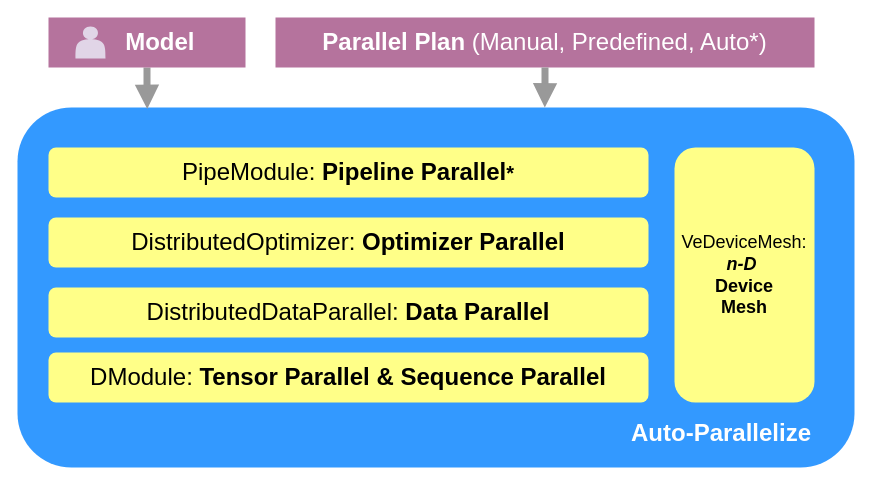
Earlier version of the draw.io diagram docs/public/source/parallel5d.drawio (volcengine/veScaleWeb). Source tidied: cells renumbered, new cells numbered last; positions are measured from the earlier drawing's top-left corner, leaving out a move shared by most shapes. Both pictures are drawn from the tidied source at 100%, with x=0, y=0 at pixel (17, 17).
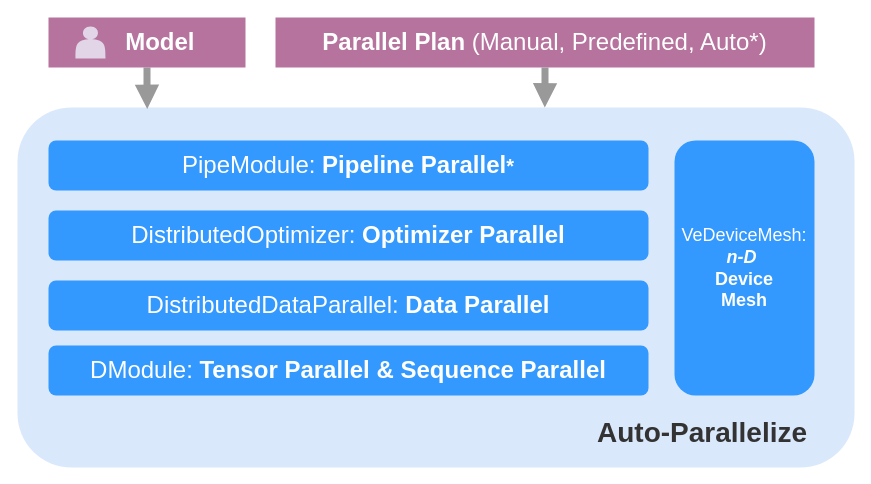
Above is the later version.

The edit, as a diff of the source:
```diff
@@
 <mxGraphModel>
   <root>
     <mxCell id="0" />
     <mxCell id="1" parent="0" />
-    <mxCell id="2" style="rounded=1;whiteSpace=wrap;html=1;fillColor=#3399FF;strokeWidth=4;strokeColor=none;" parent="1" vertex="1">
+    <mxCell id="2" style="rounded=1;whiteSpace=wrap;html=1;fillColor=#dae8fc;strokeWidth=4;strokeColor=none;" parent="1" vertex="1">
       <mxGeometry y="90" width="837" height="360" as="geometry" />
     </mxCell>
-    <mxCell id="3" value="PipeModule:&lt;b&gt;&amp;nbsp;Pipeline Parallel&lt;/b&gt;&lt;span style=&quot;font-size: 20px;&quot;&gt;&lt;b&gt;*&lt;/b&gt;&lt;/span&gt;" style="rounded=1;whiteSpace=wrap;html=1;fontSize=24;fillColor=#ffff88;strokeColor=none;verticalAlign=middle;" parent="1" vertex="1">
-      <mxGeometry x="31" y="130" width="600" height="50" as="geometry" />
+    <mxCell id="3" value="PipeModule:&lt;b&gt;&amp;nbsp;Pipeline Parallel&lt;/b&gt;&lt;span style=&quot;font-size: 20px;&quot;&gt;&lt;b&gt;*&lt;/b&gt;&lt;/span&gt;" style="rounded=1;whiteSpace=wrap;html=1;fontSize=24;fillColor=#3399ff;strokeColor=none;verticalAlign=middle;fontColor=#FFFFFF;" parent="1" vertex="1">
+      <mxGeometry x="31" y="123" width="600" height="50" as="geometry" />
     </mxCell>
-    <mxCell id="4" value="DistributedDataParallel: &lt;b&gt;Data Parallel&lt;/b&gt;" style="rounded=1;whiteSpace=wrap;html=1;fontSize=24;fillColor=#ffff88;strokeColor=none;verticalAlign=middle;" parent="1" vertex="1">
-      <mxGeometry x="31" y="270" width="600" height="50" as="geometry" />
+    <mxCell id="4" value="DistributedDataParallel: &lt;b&gt;Data Parallel&lt;/b&gt;" style="rounded=1;whiteSpace=wrap;html=1;fontSize=24;fillColor=#3399ff;strokeColor=none;verticalAlign=middle;fontColor=#FFFFFF;" parent="1" vertex="1">
+      <mxGeometry x="31" y="263" width="600" height="50" as="geometry" />
     </mxCell>
-    <mxCell id="5" value="DModule: &lt;b&gt;Tensor Parallel &amp;amp; Sequence Parallel&lt;/b&gt;" style="rounded=1;whiteSpace=wrap;html=1;fontSize=24;fillColor=#ffff88;strokeColor=none;verticalAlign=middle;" parent="1" vertex="1">
-      <mxGeometry x="31" y="335" width="600" height="50" as="geometry" />
+    <mxCell id="5" value="DModule: &lt;b&gt;Tensor Parallel &amp;amp; Sequence Parallel&lt;/b&gt;" style="rounded=1;whiteSpace=wrap;html=1;fontSize=24;fillColor=#3399ff;strokeColor=none;verticalAlign=middle;fontColor=#FFFFFF;" parent="1" vertex="1">
+      <mxGeometry x="31" y="328" width="600" height="50" as="geometry" />
     </mxCell>
-    <mxCell id="6" value="DistributedOptimizer: &lt;b&gt;Optimizer Parallel&lt;/b&gt;" style="rounded=1;whiteSpace=wrap;html=1;fontSize=24;fillColor=#ffff88;strokeColor=none;verticalAlign=middle;" parent="1" vertex="1">
-      <mxGeometry x="31" y="200" width="600" height="50" as="geometry" />
+    <mxCell id="6" value="DistributedOptimizer: &lt;b&gt;Optimizer Parallel&lt;/b&gt;" style="rounded=1;whiteSpace=wrap;html=1;fontSize=24;fillColor=#3399ff;strokeColor=none;verticalAlign=middle;fontColor=#FFFFFF;" parent="1" vertex="1">
+      <mxGeometry x="31" y="193" width="600" height="50" as="geometry" />
     </mxCell>
-    <mxCell id="7" value="&lt;span style=&quot;font-size: 18px;&quot;&gt;VeDeviceMesh:&lt;br&gt;&lt;b&gt;&lt;i&gt;n-D&lt;/i&gt;&amp;nbsp;&lt;br&gt;Device &lt;br&gt;Mesh&lt;/b&gt;&lt;br&gt;&lt;/span&gt;" style="rounded=1;whiteSpace=wrap;html=1;fontSize=18;fillColor=#ffff88;strokeColor=none;verticalAlign=middle;rotation=0;direction=west;fontStyle=0;" parent="1" vertex="1">
-      <mxGeometry x="657" y="130" width="140" height="255" as="geometry" />
+    <mxCell id="7" value="&lt;span style=&quot;font-size: 18px;&quot;&gt;VeDeviceMesh:&lt;br&gt;&lt;b&gt;&lt;i&gt;n-D&lt;/i&gt;&amp;nbsp;&lt;br&gt;Device &lt;br&gt;Mesh&lt;/b&gt;&lt;br&gt;&lt;/span&gt;" style="rounded=1;whiteSpace=wrap;html=1;fontSize=18;fillColor=#3399ff;strokeColor=none;verticalAlign=middle;rotation=0;direction=west;fontStyle=0;fontColor=#FFFFFF;" parent="1" vertex="1">
+      <mxGeometry x="657" y="123" width="140" height="255" as="geometry" />
     </mxCell>
     <mxCell id="8" style="edgeStyle=orthogonalEdgeStyle;rounded=0;jettySize=auto;html=1;fillColor=#f5f5f5;strokeColor=#999999;endArrow=block;endFill=1;strokeWidth=7;exitX=0.5;exitY=1;exitDx=0;exitDy=0;endSize=6;entryX=0.155;entryY=0.004;entryDx=0;entryDy=0;entryPerimeter=0;" parent="1" edge="1" source="9" target="2">
       <mxGeometry relative="1" as="geometry" />
     </mxCell>
     <mxCell id="9" value="&amp;nbsp; &amp;nbsp; Model" style="rounded=0;whiteSpace=wrap;html=1;fillColor=#B5739D;strokeColor=none;labelBackgroundColor=none;fontColor=#FFFFFF;fontSize=24;fontStyle=1;" parent="1" vertex="1">
       <mxGeometry x="31" width="197" height="50" as="geometry" />
     </mxCell>
     <mxCell id="10" value="Parallel Plan &lt;span style=&quot;font-weight: normal;&quot;&gt;(Manual, Predefined, Auto*)&lt;/span&gt;" style="rounded=0;whiteSpace=wrap;html=1;fillColor=#B5739D;strokeColor=none;labelBackgroundColor=none;fontColor=#FFFFFF;fontSize=24;fontStyle=1;" parent="1" vertex="1">
       <mxGeometry x="258" width="539" height="50" as="geometry" />
     </mxCell>
-    <mxCell id="11" value="&lt;b style=&quot;border-color: var(--border-color); color: rgb(255, 255, 255); font-family: Helvetica; font-size: 24px; font-style: normal; font-variant-ligatures: normal; font-variant-caps: normal; letter-spacing: normal; orphans: 2; text-align: center; text-indent: 0px; text-transform: none; widows: 2; word-spacing: 0px; -webkit-text-stroke-width: 0px; text-decoration-thickness: initial; text-decoration-style: initial; text-decoration-color: initial;&quot;&gt;Auto-Parallelize&lt;/b&gt;" style="text;whiteSpace=wrap;html=1;" parent="1" vertex="1">
-      <mxGeometry x="612" y="395" width="190" height="50" as="geometry" />
+    <mxCell id="11" value="&lt;b style=&quot;border-color: var(--border-color); font-family: Helvetica; font-style: normal; font-variant-ligatures: normal; font-variant-caps: normal; letter-spacing: normal; orphans: 2; text-align: center; text-indent: 0px; text-transform: none; widows: 2; word-spacing: 0px; -webkit-text-stroke-width: 0px; text-decoration-thickness: initial; text-decoration-style: initial; text-decoration-color: initial;&quot;&gt;&lt;font style=&quot;font-size: 28px;&quot;&gt;Auto-Parallelize&lt;/font&gt;&lt;/b&gt;" style="text;whiteSpace=wrap;html=1;fontColor=#333333;" parent="1" vertex="1">
+      <mxGeometry x="578" y="392" width="233" height="50" as="geometry" />
     </mxCell>
     <mxCell id="12" style="edgeStyle=orthogonalEdgeStyle;rounded=0;jettySize=auto;html=1;fillColor=#f5f5f5;strokeColor=#999999;endArrow=block;endFill=1;strokeWidth=7;exitX=0.5;exitY=1;exitDx=0;exitDy=0;endSize=6;entryX=0.63;entryY=0;entryDx=0;entryDy=0;entryPerimeter=0;" parent="1" edge="1" source="10" target="2">
       <mxGeometry relative="1" as="geometry">
         <Array as="points">
           <mxPoint x="527" y="70" />
           <mxPoint x="527" y="70" />
         </Array>
       </mxGeometry>
     </mxCell>
     <mxCell id="13" style="shape=actor;whiteSpace=wrap;html=1;fillColor=#E1D5E7;strokeColor=none;gradientColor=none;" parent="1" vertex="1">
       <mxGeometry x="58" y="8.9" width="30" height="32.2" as="geometry" />
     </mxCell>
   </root>
 </mxGraphModel>
```
